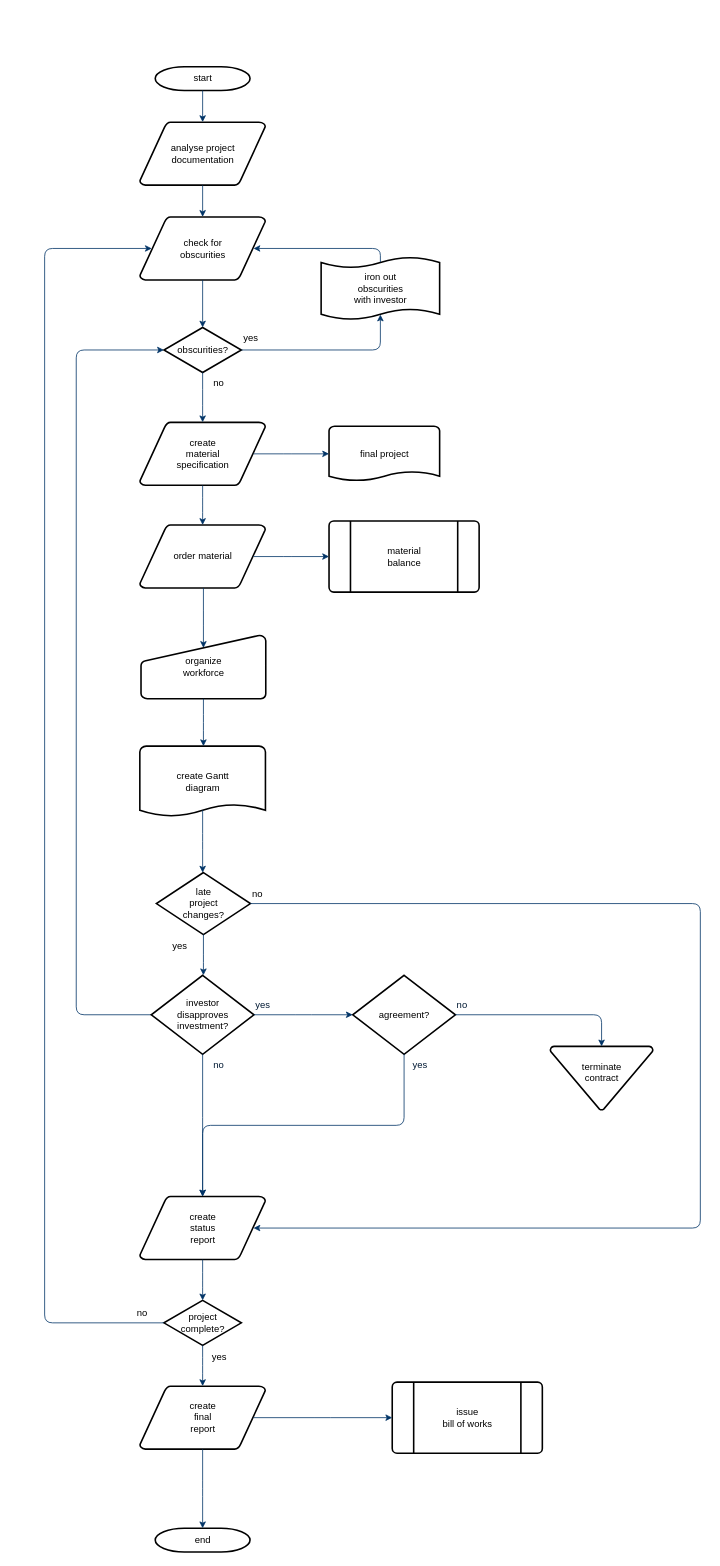
The draw.io diagram 未命名绘图.drawio in hhwjsw711/-, before the edit. Source tidied: cells renumbered, new cells numbered last; positions are measured from the earlier drawing's top-left corner, leaving out a move shared by most shapes. Both pictures are drawn from the tidied source at 79%, with x=0, y=0 at pixel (44, 66).
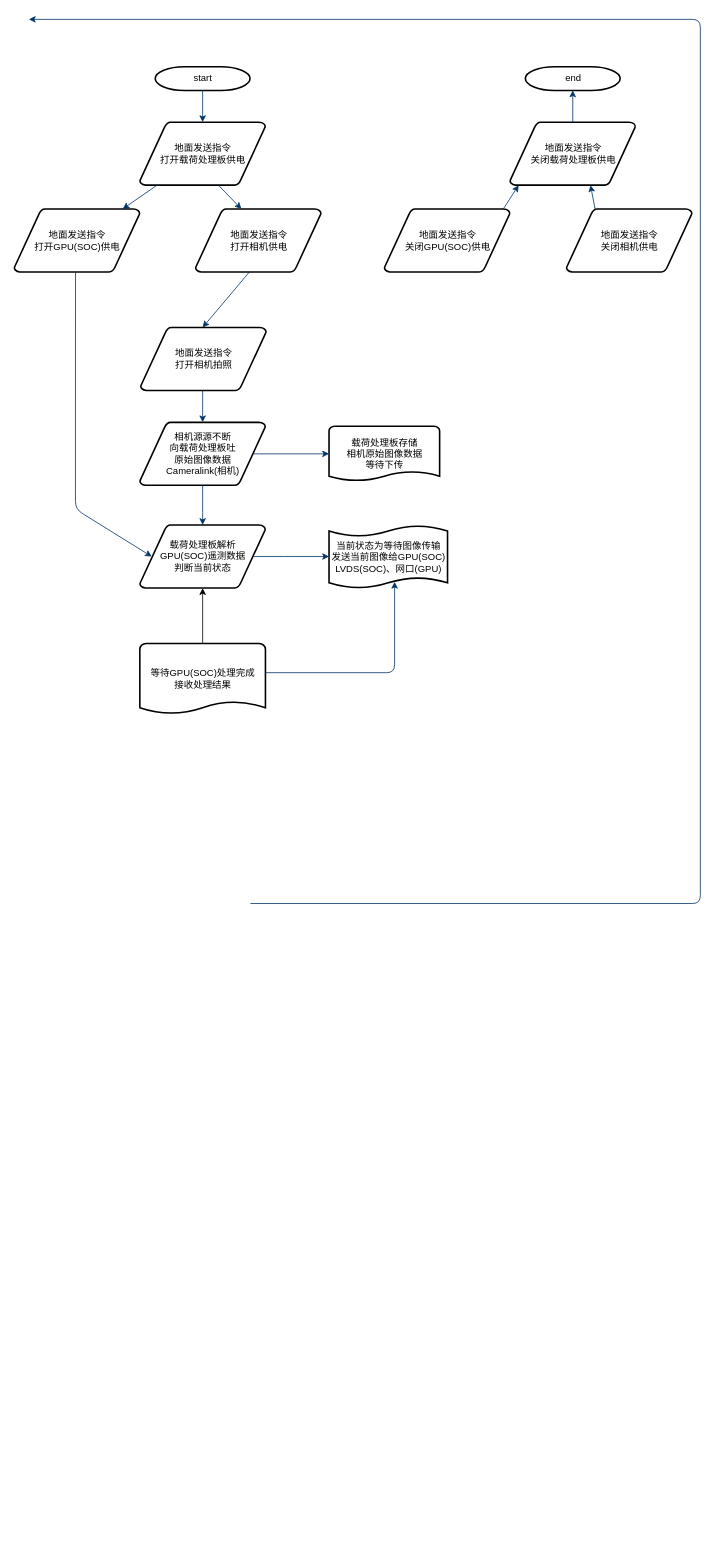
Above is the later version.

The edit, as a diff of the source:
```diff
@@
-    <mxCell id="3" value="analyse project&#10; documentation" style="shape=mxgraph.flowchart.data;strokeWidth=2;gradientColor=none;gradientDirection=north;fontStyle=0;html=1;" parent="1" vertex="1">
+    <mxCell id="3" value="地面发送指令&lt;br&gt;打开载荷处理板供电" style="shape=mxgraph.flowchart.data;strokeWidth=2;gradientColor=none;gradientDirection=north;fontStyle=0;html=1;" parent="1" vertex="1">
       <mxGeometry x="120.5" y="70" width="159" height="80" as="geometry" />
     </mxCell>
-    <mxCell id="4" value="create&#10;material&#10;specification" style="shape=mxgraph.flowchart.data;strokeWidth=2;gradientColor=none;gradientDirection=north;fontStyle=0;html=1;" parent="1" vertex="1">
+    <mxCell id="4" value="相机源源不断&lt;br&gt;向载荷处理板吐&lt;br&gt;原始图像数据&lt;br&gt;Cameralink(相机)" style="shape=mxgraph.flowchart.data;strokeWidth=2;gradientColor=none;gradientDirection=north;fontStyle=0;html=1;" parent="1" vertex="1">
       <mxGeometry x="120.5" y="450" width="159" height="80" as="geometry" />
     </mxCell>
-    <mxCell id="5" value="check for&#10;obscurities" style="shape=mxgraph.flowchart.data;strokeWidth=2;gradientColor=none;gradientDirection=north;fontStyle=0;html=1;" parent="1" vertex="1">
-      <mxGeometry x="120.5" y="190" width="159" height="80" as="geometry" />
+    <mxCell id="5" value="地面发送指令&lt;br&gt;打开GPU(SOC)供电" style="shape=mxgraph.flowchart.data;strokeWidth=2;gradientColor=none;gradientDirection=north;fontStyle=0;html=1;" parent="1" vertex="1">
+      <mxGeometry x="-38.5" y="180" width="159" height="80" as="geometry" />
     </mxCell>
-    <mxCell id="6" value="obscurities?" style="shape=mxgraph.flowchart.decision;strokeWidth=2;gradientColor=none;gradientDirection=north;fontStyle=0;html=1;" parent="1" vertex="1">
-      <mxGeometry x="151" y="330" width="98" height="57" as="geometry" />
-    </mxCell>
@@
-    <mxCell id="9" style="entryX=0.5;entryY=0;entryPerimeter=0;fontStyle=1;strokeColor=#003366;strokeWidth=1;html=1;" parent="1" edge="1" source="5" target="6">
-      <mxGeometry relative="1" as="geometry" />
+    <mxCell id="9" style="entryX=0.5;entryY=0;entryPerimeter=0;fontStyle=1;strokeColor=#003366;strokeWidth=1;html=1;exitX=0.428;exitY=1;exitDx=0;exitDy=0;exitPerimeter=0;" parent="1" edge="1" source="56">
+      <mxGeometry relative="1" as="geometry">
+        <mxPoint x="200" y="330" as="targetPoint" />
+      </mxGeometry>
     </mxCell>
-    <mxCell id="10" style="edgeStyle=elbowEdgeStyle;elbow=horizontal;entryX=0.5;entryY=0.91;entryPerimeter=0;exitX=1;exitY=0.5;exitPerimeter=0;fontStyle=1;strokeColor=#003366;strokeWidth=1;html=1;" parent="1" edge="1" source="6" target="51">
-      <mxGeometry x="381" y="28.5" as="geometry">
-        <Array as="points">
-          <mxPoint x="425" y="340" />
-        </Array>
-      </mxGeometry>
-    </mxCell>
-    <mxCell id="11" value="yes" style="text;fontStyle=0;html=1;strokeColor=none;gradientColor=none;fillColor=none;strokeWidth=2;" parent="1" vertex="1">
-      <mxGeometry x="250" y="330" width="40" height="26" as="geometry" />
-    </mxCell>
-    <mxCell id="12" style="edgeStyle=elbowEdgeStyle;elbow=horizontal;fontColor=#001933;fontStyle=1;strokeColor=#003366;strokeWidth=1;html=1;" parent="1" edge="1" source="6" target="4">
-      <mxGeometry as="geometry" />
+    <mxCell id="12" style="edgeStyle=elbowEdgeStyle;elbow=horizontal;fontColor=#001933;fontStyle=1;strokeColor=#003366;strokeWidth=1;html=1;" parent="1" edge="1" target="4">
+      <mxGeometry as="geometry">
+        <mxPoint x="200" y="387" as="sourcePoint" />
+      </mxGeometry>
     </mxCell>
-    <mxCell id="13" value="order material" style="shape=mxgraph.flowchart.data;strokeWidth=2;gradientColor=none;gradientDirection=north;fontStyle=0;html=1;" parent="1" vertex="1">
+    <mxCell id="13" value="载荷处理板解析&lt;br&gt;GPU(SOC)遥测数据&lt;br&gt;判断当前状态" style="shape=mxgraph.flowchart.data;strokeWidth=2;gradientColor=none;gradientDirection=north;fontStyle=0;html=1;" parent="1" vertex="1">
       <mxGeometry x="120.5" y="580" width="159" height="80" as="geometry" />
     </mxCell>
-    <mxCell id="14" value="no" style="text;fontStyle=0;html=1;strokeColor=none;gradientColor=none;fillColor=none;strokeWidth=2;align=center;" parent="1" vertex="1">
-      <mxGeometry x="200" y="387" width="40" height="26" as="geometry" />
-    </mxCell>
-    <mxCell id="15" value="final project" style="shape=mxgraph.flowchart.document;strokeWidth=2;gradientColor=none;gradientDirection=north;fontStyle=0;html=1;" parent="1" vertex="1">
+    <mxCell id="15" value="载荷处理板存储&lt;br&gt;相机原始图像数据&lt;br&gt;等待下传" style="shape=mxgraph.flowchart.document;strokeWidth=2;gradientColor=none;gradientDirection=north;fontStyle=0;html=1;" parent="1" vertex="1">
       <mxGeometry x="360" y="455" width="140" height="70" as="geometry" />
     </mxCell>
@@
-    <mxCell id="18" value="material&#10;balance" style="shape=mxgraph.flowchart.predefined_process;strokeWidth=2;gradientColor=none;gradientDirection=north;fontStyle=0;html=1;" parent="1" vertex="1">
-      <mxGeometry x="360" y="575" width="190" height="90" as="geometry" />
-    </mxCell>
-    <mxCell id="19" style="edgeStyle=elbowEdgeStyle;elbow=horizontal;exitX=0.905;exitY=0.5;exitPerimeter=0;fontStyle=1;strokeColor=#003366;strokeWidth=1;html=1;" parent="1" edge="1" source="13" target="18">
-      <mxGeometry as="geometry" />
-    </mxCell>
-    <mxCell id="20" value="organize &#10;workforce" style="shape=mxgraph.flowchart.manual_input;strokeWidth=2;gradientColor=none;gradientDirection=north;fontStyle=0;html=1;" parent="1" vertex="1">
-      <mxGeometry x="122" y="720" width="158" height="80" as="geometry" />
-    </mxCell>
-    <mxCell id="21" style="edgeStyle=elbowEdgeStyle;elbow=horizontal;entryX=0.5;entryY=0.195;entryPerimeter=0;fontStyle=1;strokeColor=#003366;strokeWidth=1;html=1;" parent="1" edge="1" source="13" target="20">
-      <mxGeometry as="geometry" />
-    </mxCell>
-    <mxCell id="22" value="create Gantt&#10;diagram" style="shape=mxgraph.flowchart.document;strokeWidth=2;gradientColor=none;gradientDirection=north;fontStyle=0;html=1;" parent="1" vertex="1">
-      <mxGeometry x="120.5" y="860" width="159" height="90" as="geometry" />
-    </mxCell>
-    <mxCell id="23" style="edgeStyle=elbowEdgeStyle;elbow=horizontal;exitX=0.5;exitY=1;exitPerimeter=0;fontStyle=1;strokeColor=#003366;strokeWidth=1;html=1;" parent="1" edge="1" source="20" target="22">
-      <mxGeometry as="geometry" />
-    </mxCell>
-    <mxCell id="24" value="late&#10;project&#10;changes?" style="shape=mxgraph.flowchart.decision;strokeWidth=2;gradientColor=none;gradientDirection=north;fontStyle=0;html=1;" parent="1" vertex="1">
-      <mxGeometry x="141.5" y="1020" width="119" height="78.5" as="geometry" />
-    </mxCell>
-    <mxCell id="25" style="edgeStyle=elbowEdgeStyle;elbow=horizontal;exitX=0.5;exitY=0.9;exitPerimeter=0;fontStyle=1;strokeColor=#003366;strokeWidth=1;html=1;" parent="1" edge="1" source="22" target="24">
-      <mxGeometry as="geometry" />
-    </mxCell>
-    <mxCell id="26" style="edgeStyle=elbowEdgeStyle;elbow=horizontal;exitX=0;exitY=0.5;exitPerimeter=0;entryX=0;entryY=0.5;entryPerimeter=0;fontStyle=1;strokeColor=#003366;strokeWidth=1;html=1;" parent="1" edge="1" source="28" target="6">
-      <mxGeometry as="geometry">
-        <Array as="points">
-          <mxPoint x="40" y="790" />
-        </Array>
-      </mxGeometry>
-    </mxCell>
-    <mxCell id="27" value="yes" style="text;fontStyle=0;html=1;strokeColor=none;gradientColor=none;fillColor=none;strokeWidth=2;" parent="1" vertex="1">
-      <mxGeometry x="160" y="1098.5" width="40" height="26" as="geometry" />
-    </mxCell>
-    <mxCell id="28" value="investor&#10;disapproves&#10; investment?" style="shape=mxgraph.flowchart.decision;strokeWidth=2;gradientColor=none;gradientDirection=north;fontStyle=0;html=1;" parent="1" vertex="1">
-      <mxGeometry x="135" y="1150" width="130" height="100" as="geometry" />
-    </mxCell>
-    <mxCell id="29" value="agreement?" style="shape=mxgraph.flowchart.decision;strokeWidth=2;gradientColor=none;gradientDirection=north;fontStyle=0;html=1;" parent="1" vertex="1">
-      <mxGeometry x="390" y="1150" width="130" height="100" as="geometry" />
-    </mxCell>
-    <mxCell id="30" style="edgeStyle=elbowEdgeStyle;elbow=horizontal;exitX=0.5;exitY=1;exitPerimeter=0;fontStyle=1;strokeColor=#003366;strokeWidth=1;html=1;" parent="1" edge="1" source="24" target="28">
-      <mxGeometry as="geometry" />
-    </mxCell>
-    <mxCell id="31" style="edgeStyle=elbowEdgeStyle;elbow=horizontal;exitX=1;exitY=0.5;exitPerimeter=0;entryX=0;entryY=0.5;entryPerimeter=0;fontStyle=1;strokeColor=#003366;strokeWidth=1;html=1;" parent="1" edge="1" source="28" target="29">
-      <mxGeometry as="geometry" />
-    </mxCell>
-    <mxCell id="32" value="terminate&#10;contract&#10;" style="shape=mxgraph.flowchart.merge_or_storage;strokeWidth=2;gradientColor=none;gradientDirection=north;fontStyle=0;html=1;" parent="1" vertex="1">
-      <mxGeometry x="640" y="1240" width="130" height="80.5" as="geometry" />
-    </mxCell>
-    <mxCell id="33" style="edgeStyle=elbowEdgeStyle;elbow=vertical;exitX=1;exitY=0.5;exitPerimeter=0;entryX=0.5;entryY=0;entryPerimeter=0;fontStyle=1;strokeColor=#003366;strokeWidth=1;html=1;" parent="1" edge="1" source="29" target="32">
-      <mxGeometry as="geometry">
-        <Array as="points">
-          <mxPoint x="620" y="1200" />
-        </Array>
-      </mxGeometry>
-    </mxCell>
-    <mxCell id="34" value="create&#10;status&#10;report" style="shape=mxgraph.flowchart.data;strokeWidth=2;gradientColor=none;gradientDirection=north;fontStyle=0;html=1;" parent="1" vertex="1">
-      <mxGeometry x="120.5" y="1430" width="159" height="80" as="geometry" />
-    </mxCell>
-    <mxCell id="35" style="edgeStyle=elbowEdgeStyle;elbow=vertical;exitX=0.5;exitY=1;exitPerimeter=0;fontColor=#001933;fontStyle=1;strokeColor=#003366;strokeWidth=1;html=1;" parent="1" edge="1" source="28" target="34">
-      <mxGeometry as="geometry" />
-    </mxCell>
-    <mxCell id="36" style="edgeStyle=elbowEdgeStyle;elbow=vertical;exitX=0.5;exitY=1;exitPerimeter=0;entryX=0.5;entryY=0;entryPerimeter=0;fontStyle=1;strokeColor=#003366;strokeWidth=1;html=1;" parent="1" edge="1" source="29" target="34">
-      <mxGeometry as="geometry" />
-    </mxCell>
-    <mxCell id="37" value="project&#10;complete?" style="shape=mxgraph.flowchart.decision;strokeWidth=2;gradientColor=none;gradientDirection=north;fontStyle=0;html=1;" parent="1" vertex="1">
-      <mxGeometry x="151" y="1561.5" width="98" height="57" as="geometry" />
-    </mxCell>
-    <mxCell id="38" value="create&#10;final&#10;report" style="shape=mxgraph.flowchart.data;strokeWidth=2;gradientColor=none;gradientDirection=north;fontStyle=0;html=1;" parent="1" vertex="1">
-      <mxGeometry x="120.5" y="1670" width="159" height="80" as="geometry" />
-    </mxCell>
-    <mxCell id="39" value="issue&#10;bill of works" style="shape=mxgraph.flowchart.predefined_process;strokeWidth=2;gradientColor=none;gradientDirection=north;fontStyle=0;html=1;" parent="1" vertex="1">
-      <mxGeometry x="440" y="1665" width="190" height="90" as="geometry" />
-    </mxCell>
     <mxCell id="40" value="end" style="shape=mxgraph.flowchart.terminator;strokeWidth=2;gradientColor=none;gradientDirection=north;fontStyle=0;html=1;" parent="1" vertex="1">
-      <mxGeometry x="140" y="1850" width="120" height="30" as="geometry" />
+      <mxGeometry x="608.5" width="120" height="30" as="geometry" />
     </mxCell>
-    <mxCell id="41" style="edgeStyle=elbowEdgeStyle;elbow=vertical;exitX=0.5;exitY=1;exitPerimeter=0;entryX=0.5;entryY=0;entryPerimeter=0;fontStyle=1;strokeColor=#003366;strokeWidth=1;html=1;" parent="1" edge="1" source="34" target="37">
-      <mxGeometry as="geometry" />
-    </mxCell>
-    <mxCell id="42" style="edgeStyle=elbowEdgeStyle;elbow=vertical;exitX=0.5;exitY=1;exitPerimeter=0;entryX=0.5;entryY=0;entryPerimeter=0;fontStyle=1;strokeColor=#003366;strokeWidth=1;html=1;" parent="1" edge="1" source="37" target="38">
-      <mxGeometry as="geometry" />
-    </mxCell>
-    <mxCell id="43" style="edgeStyle=elbowEdgeStyle;elbow=vertical;exitX=0.5;exitY=1;exitPerimeter=0;entryX=0.5;entryY=0;entryPerimeter=0;fontStyle=1;strokeColor=#003366;strokeWidth=1;html=1;" parent="1" edge="1" source="38" target="40">
-      <mxGeometry as="geometry" />
-    </mxCell>
-    <mxCell id="44" style="edgeStyle=elbowEdgeStyle;elbow=vertical;exitX=0.905;exitY=0.5;exitPerimeter=0;entryX=0;entryY=0.5;entryPerimeter=0;fontStyle=1;strokeColor=#003366;strokeWidth=1;html=1;" parent="1" edge="1" source="38" target="39">
-      <mxGeometry as="geometry" />
-    </mxCell>
-    <mxCell id="45" style="edgeStyle=elbowEdgeStyle;elbow=horizontal;exitX=1;exitY=0.5;exitPerimeter=0;entryX=0.905;entryY=0.5;entryPerimeter=0;fontStyle=1;strokeColor=#003366;strokeWidth=1;html=1;" parent="1" edge="1" source="24" target="34">
+    <mxCell id="45" style="edgeStyle=elbowEdgeStyle;elbow=horizontal;exitX=1;exitY=0.5;exitPerimeter=0;entryX=0.905;entryY=0.5;entryPerimeter=0;fontStyle=1;strokeColor=#003366;strokeWidth=1;html=1;" parent="1" edge="1">
       <mxGeometry as="geometry">
+        <mxPoint x="260.5" y="1059.2" as="sourcePoint" />
+        <mxPoint x="-20" y="-60" as="targetPoint" />
         <Array as="points">
           <mxPoint x="830" y="1260" />
         </Array>
       </mxGeometry>
     </mxCell>
-    <mxCell id="46" value="no" style="text;fontStyle=0;html=1;strokeColor=none;gradientColor=none;fillColor=none;strokeWidth=2;" parent="1" vertex="1">
-      <mxGeometry x="260.5" y="1033.2" width="40" height="26" as="geometry" />
-    </mxCell>
-    <mxCell id="47" value="yes" style="text;fontColor=#001933;fontStyle=0;html=1;strokeColor=none;gradientColor=none;fillColor=none;strokeWidth=2;" parent="1" vertex="1">
-      <mxGeometry x="265" y="1174" width="40" height="26" as="geometry" />
-    </mxCell>
-    <mxCell id="48" value="no" style="text;fontColor=#001933;fontStyle=0;html=1;strokeColor=none;gradientColor=none;fillColor=none;strokeWidth=2;align=center;" parent="1" vertex="1">
-      <mxGeometry x="200" y="1250" width="40" height="26" as="geometry" />
-    </mxCell>
-    <mxCell id="49" value="yes" style="text;fontColor=#001933;fontStyle=0;html=1;strokeColor=none;gradientColor=none;fillColor=none;strokeWidth=2;align=center;" parent="1" vertex="1">
-      <mxGeometry x="455" y="1250" width="40" height="26" as="geometry" />
-    </mxCell>
-    <mxCell id="50" value="no" style="text;fontColor=#001933;fontStyle=0;html=1;strokeColor=none;gradientColor=none;fillColor=none;strokeWidth=2;" parent="1" vertex="1">
-      <mxGeometry x="520" y="1174" width="40" height="26" as="geometry" />
-    </mxCell>
-    <mxCell id="51" value="iron out&#10;obscurities &#10;with investor" style="shape=mxgraph.flowchart.paper_tape;strokeWidth=2;gradientColor=none;gradientDirection=north;fontStyle=0;html=1;" parent="1" vertex="1">
-      <mxGeometry x="350" y="240" width="150" height="81" as="geometry" />
+    <mxCell id="51" value="当前状态为等待图像传输&lt;br&gt;发送当前图像给GPU(SOC)&lt;br&gt;LVDS(SOC)、网口(GPU)" style="shape=mxgraph.flowchart.paper_tape;strokeWidth=2;gradientColor=none;gradientDirection=north;fontStyle=0;html=1;" parent="1" vertex="1">
+      <mxGeometry x="360" y="580" width="150" height="81" as="geometry" />
     </mxCell>
-    <mxCell id="52" style="edgeStyle=elbowEdgeStyle;elbow=horizontal;exitX=0.5;exitY=0.09;exitPerimeter=0;entryX=0.905;entryY=0.5;entryPerimeter=0;fontStyle=1;strokeColor=#003366;strokeWidth=1;html=1;" parent="1" edge="1" source="51" target="5">
-      <mxGeometry as="geometry">
-        <Array as="points">
-          <mxPoint x="425" y="240" />
-        </Array>
-      </mxGeometry>
-    </mxCell>
-    <mxCell id="53" value="yes" style="text;fontStyle=0;html=1;strokeColor=none;gradientColor=none;fillColor=none;strokeWidth=2;align=center;" parent="1" vertex="1">
-      <mxGeometry x="201" y="1620" width="40" height="26" as="geometry" />
-    </mxCell>
-    <mxCell id="54" style="edgeStyle=elbowEdgeStyle;elbow=horizontal;exitX=0;exitY=0.5;exitPerimeter=0;entryX=0.095;entryY=0.5;entryPerimeter=0;fontStyle=1;strokeColor=#003366;strokeWidth=1;html=1;" parent="1" edge="1" source="37" target="5">
-      <mxGeometry as="geometry">
-        <Array as="points">
-          <mxPoint y="910" />
-        </Array>
-      </mxGeometry>
-    </mxCell>
-    <mxCell id="55" value="no" style="text;fontStyle=0;html=1;strokeColor=none;gradientColor=none;fillColor=none;strokeWidth=2;" parent="1" vertex="1">
-      <mxGeometry x="115" y="1564" width="40" height="26" as="geometry" />
-    </mxCell>
+    <mxCell id="56" value="地面发送指令&lt;br&gt;打开相机供电" style="shape=mxgraph.flowchart.data;strokeWidth=2;gradientColor=none;gradientDirection=north;fontStyle=0;html=1;" parent="1" vertex="1">
+      <mxGeometry x="191" y="180" width="159" height="80" as="geometry" />
+    </mxCell>
+    <mxCell id="57" style="fontStyle=1;strokeColor=#003366;strokeWidth=1;html=1;entryX=0.365;entryY=0;entryDx=0;entryDy=0;entryPerimeter=0;" parent="1" edge="1" target="56">
+      <mxGeometry relative="1" as="geometry">
+        <mxPoint x="220" y="150" as="sourcePoint" />
+      </mxGeometry>
+    </mxCell>
+    <mxCell id="58" value="地面发送指令&lt;br&gt;打开相机拍照" style="shape=mxgraph.flowchart.data;strokeWidth=2;gradientColor=none;gradientDirection=north;fontStyle=0;html=1;" parent="1" vertex="1">
+      <mxGeometry x="121.5" y="330" width="159" height="80" as="geometry" />
+    </mxCell>
+    <mxCell id="59" style="entryX=0.095;entryY=0.5;entryPerimeter=0;fontStyle=1;strokeColor=#003366;strokeWidth=1;html=1;exitX=0.428;exitY=1;exitDx=0;exitDy=0;exitPerimeter=0;entryDx=0;entryDy=0;" parent="1" edge="1" target="13">
+      <mxGeometry relative="1" as="geometry">
+        <mxPoint x="39.1" y="260" as="sourcePoint" />
+        <Array as="points">
+          <mxPoint x="39" y="560" />
+        </Array>
+      </mxGeometry>
+    </mxCell>
+    <mxCell id="60" style="edgeStyle=orthogonalEdgeStyle;rounded=0;jettySize=auto;html=1;" parent="1" edge="1" source="61" target="13">
+      <mxGeometry relative="1" as="geometry" />
+    </mxCell>
+    <mxCell id="61" value="等待GPU(SOC)处理完成&lt;br&gt;接收处理结果" style="shape=mxgraph.flowchart.document;strokeWidth=2;gradientColor=none;gradientDirection=north;fontStyle=0;html=1;" parent="1" vertex="1">
+      <mxGeometry x="120.5" y="730" width="159" height="90" as="geometry" />
+    </mxCell>
+    <mxCell id="62" style="edgeStyle=elbowEdgeStyle;elbow=horizontal;exitX=0.905;exitY=0.5;exitPerimeter=0;fontStyle=1;strokeColor=#003366;strokeWidth=1;html=1;" parent="1" edge="1">
+      <mxGeometry as="geometry">
+        <mxPoint x="264.4" y="620" as="sourcePoint" />
+        <mxPoint x="360" y="620" as="targetPoint" />
+      </mxGeometry>
+    </mxCell>
+    <mxCell id="63" style="edgeStyle=elbowEdgeStyle;elbow=horizontal;exitX=0.905;exitY=0.5;exitPerimeter=0;fontStyle=1;strokeColor=#003366;strokeWidth=1;html=1;entryX=0.553;entryY=0.889;entryDx=0;entryDy=0;entryPerimeter=0;" parent="1" edge="1" target="51">
+      <mxGeometry x="15.1" y="147" as="geometry">
+        <mxPoint x="279.5" y="767" as="sourcePoint" />
+        <Array as="points">
+          <mxPoint x="443" y="750" />
+        </Array>
+      </mxGeometry>
+    </mxCell>
+    <mxCell id="64" value="地面发送指令&lt;br&gt;关闭GPU(SOC)供电" style="shape=mxgraph.flowchart.data;strokeWidth=2;gradientColor=none;gradientDirection=north;fontStyle=0;html=1;" parent="1" vertex="1">
+      <mxGeometry x="430" y="180" width="159" height="80" as="geometry" />
+    </mxCell>
+    <mxCell id="65" value="地面发送指令&lt;br&gt;关闭相机供电" style="shape=mxgraph.flowchart.data;strokeWidth=2;gradientColor=none;gradientDirection=north;fontStyle=0;html=1;" parent="1" vertex="1">
+      <mxGeometry x="660.5" y="180" width="159" height="80" as="geometry" />
+    </mxCell>
+    <mxCell id="66" value="地面发送指令&lt;br&gt;关闭载荷处理板供电" style="shape=mxgraph.flowchart.data;strokeWidth=2;gradientColor=none;gradientDirection=north;fontStyle=0;html=1;" parent="1" vertex="1">
+      <mxGeometry x="589" y="70" width="159" height="80" as="geometry" />
+    </mxCell>
+    <mxCell id="67" style="fontStyle=1;strokeColor=#003366;strokeWidth=1;html=1;entryX=0.5;entryY=1;entryDx=0;entryDy=0;entryPerimeter=0;exitX=0.5;exitY=0;exitDx=0;exitDy=0;exitPerimeter=0;" parent="1" edge="1" source="66" target="40">
+      <mxGeometry relative="1" as="geometry" />
+    </mxCell>
+    <mxCell id="68" style="fontStyle=1;strokeColor=#003366;strokeWidth=1;html=1;exitX=0.943;exitY=0.013;exitDx=0;exitDy=0;exitPerimeter=0;" parent="1" edge="1" source="64">
+      <mxGeometry relative="1" as="geometry">
+        <mxPoint x="600" y="150" as="targetPoint" />
+      </mxGeometry>
+    </mxCell>
+    <mxCell id="69" style="fontStyle=1;strokeColor=#003366;strokeWidth=1;html=1;exitX=0.23;exitY=0.02;exitDx=0;exitDy=0;exitPerimeter=0;" parent="1" edge="1" source="65">
+      <mxGeometry relative="1" as="geometry">
+        <mxPoint x="691" y="150" as="targetPoint" />
+      </mxGeometry>
+    </mxCell>
```
